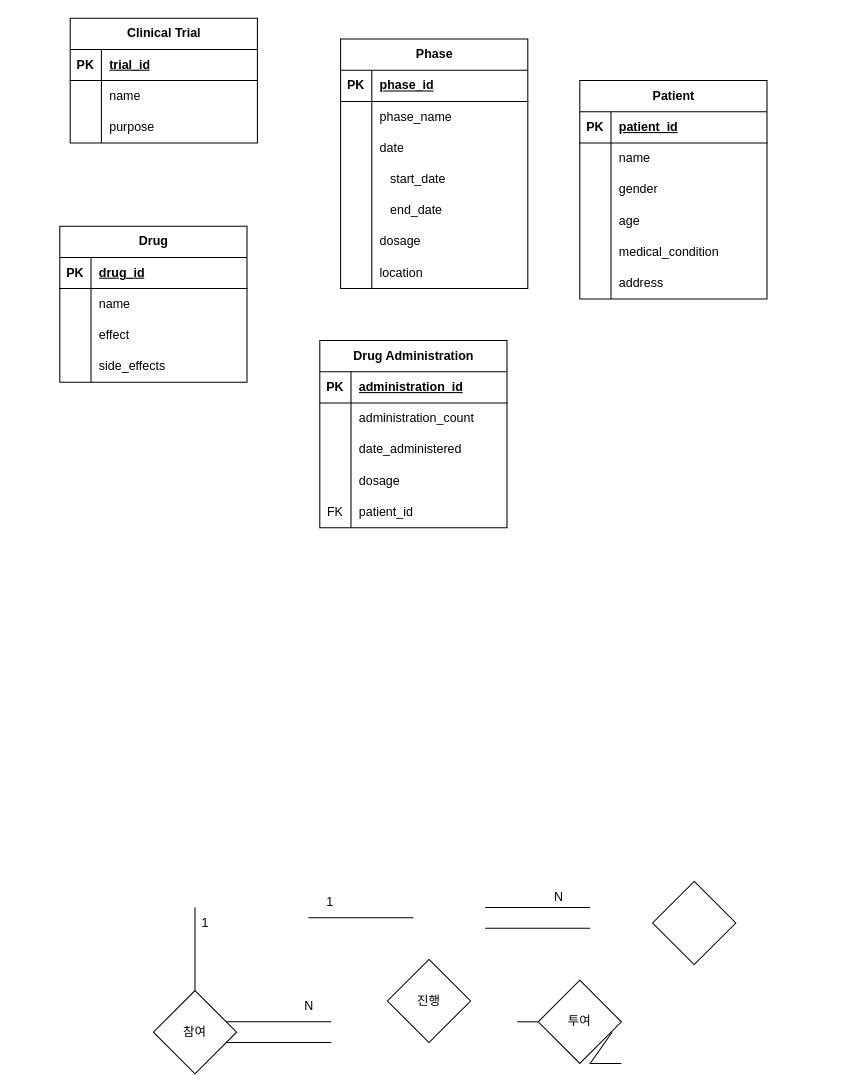
Above: 제목 없는 다이어그램.drawio in Daon312/githubtest (draw.io), before the change. Source tidied: cells renumbered, new cells numbered last; positions are measured from the earlier drawing's top-left corner, leaving out a move shared by most shapes. Both pictures are drawn from the tidied source at 104%, with x=0, y=0 at pixel (59, 18).
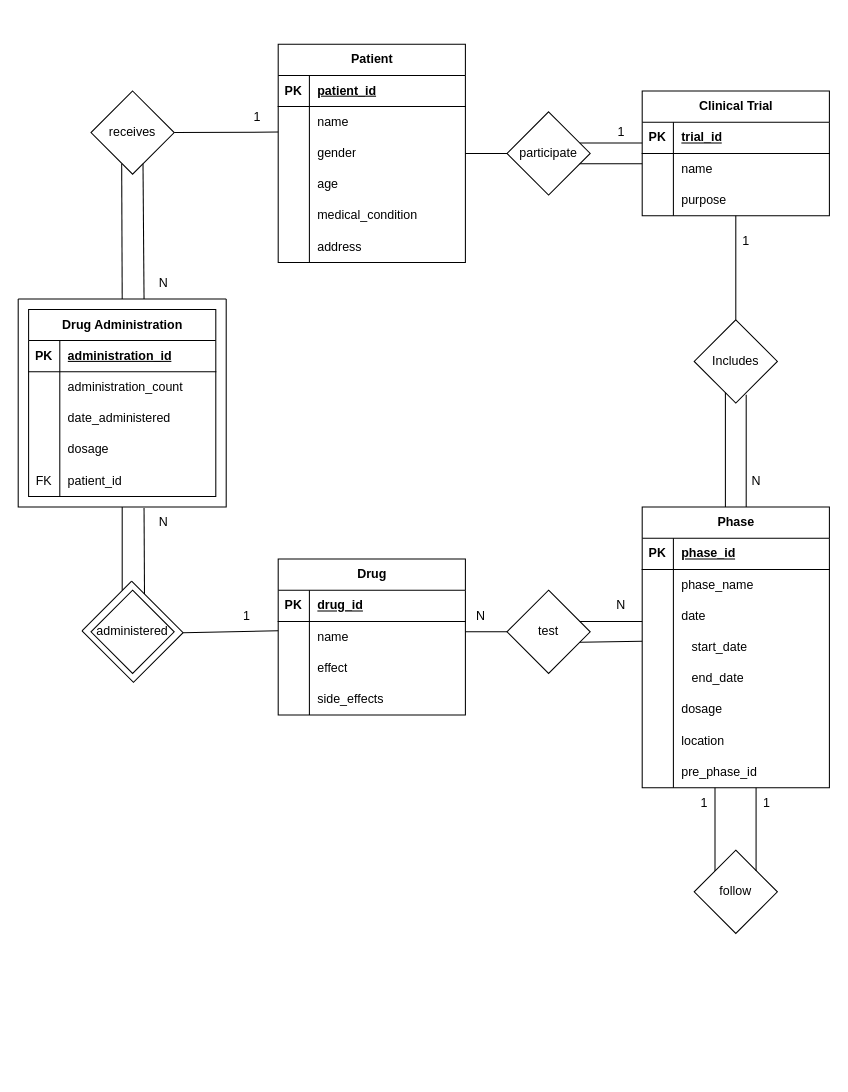
After the change.

Commit message (it also covers changes not shown here):
제목 없는 다이어그램.drawio 업데이트

Unchanged cells that the change refers to:
```xml
<mxCell id="22" style="shape=tableRow;horizontal=0;startSize=0;swimlaneHead=0;swimlaneBody=0;fillColor=none;points=[[0,0.5],[1,0.5]];portConstraint=eastwest;top=0;left=0;right=0;bottom=0;" parent="12" vertex="1">
  <mxGeometry y="120" width="180" height="30" as="geometry" />
</mxCell>
<mxCell id="41" style="shape=tableRow;horizontal=0;startSize=0;swimlaneHead=0;swimlaneBody=0;fillColor=none;points=[[0,0.5],[1,0.5]];portConstraint=eastwest;top=0;left=0;right=0;bottom=0;" parent="34" vertex="1">
  <mxGeometry y="90" width="180" height="30" as="geometry" />
</mxCell>
```

Change to the diagram source:
```diff
@@
     <mxCell id="2" value="Clinical Trial" style="shape=table;startSize=30;childLayout=tableLayout;rowLines=0;fontStyle=1;align=center;html=1;" parent="1" vertex="1">
-      <mxGeometry x="10" width="180" height="120" as="geometry" />
+      <mxGeometry x="560" y="70" width="180" height="120" as="geometry" />
     </mxCell>
@@
     <mxCell id="12" value="Phase" style="shape=table;startSize=30;childLayout=tableLayout;rowLines=0;fontStyle=1;align=center;html=1;" parent="1" vertex="1">
-      <mxGeometry x="270" y="20" width="180" height="240" as="geometry" />
+      <mxGeometry x="560" y="470" width="180" height="270" as="geometry" />
     </mxCell>
@@
+    <mxCell id="98" style="shape=tableRow;horizontal=0;startSize=0;swimlaneHead=0;swimlaneBody=0;fillColor=none;top=0;left=0;right=0;bottom=0;" parent="12" vertex="1">
+      <mxGeometry y="240" width="180" height="30" as="geometry" />
+    </mxCell>
+    <mxCell id="99" style="shape=partialRectangle;fillColor=none;top=0;left=0;bottom=0;right=0;overflow=hidden;whiteSpace=wrap;html=1;" parent="98" vertex="1">
+      <mxGeometry width="30" height="30" as="geometry" />
+    </mxCell>
+    <mxCell id="100" value="pre_phase_id" style="shape=partialRectangle;fillColor=none;top=0;left=0;bottom=0;right=0;align=left;spacingLeft=6;overflow=hidden;whiteSpace=wrap;html=1;" parent="98" vertex="1">
+      <mxGeometry x="30" width="150" height="30" as="geometry" />
+    </mxCell>
     <mxCell id="34" value="Patient" style="shape=table;startSize=30;childLayout=tableLayout;rowLines=0;fontStyle=1;align=center;html=1;" parent="1" vertex="1">
-      <mxGeometry x="500" y="60" width="180" height="210" as="geometry" />
+      <mxGeometry x="210" y="25" width="180" height="210" as="geometry" />
     </mxCell>
@@
     <mxCell id="53" value="Drug" style="shape=table;startSize=30;childLayout=tableLayout;rowLines=0;fontStyle=1;align=center;html=1;" parent="1" vertex="1">
-      <mxGeometry y="200" width="180" height="150" as="geometry" />
+      <mxGeometry x="210" y="520" width="180" height="150" as="geometry" />
     </mxCell>
@@
     <mxCell id="66" value="Drug Administration" style="shape=table;startSize=30;childLayout=tableLayout;rowLines=0;fontStyle=1;align=center;html=1;" parent="1" vertex="1">
-      <mxGeometry x="250" y="310" width="180" height="180" as="geometry" />
+      <mxGeometry x="-30" y="280" width="180" height="180" as="geometry" />
     </mxCell>
@@
-    <mxCell id="82" value="진행" style="rhombus;whiteSpace=wrap;html=1;" parent="1" vertex="1">
-      <mxGeometry x="315" y="905" width="80" height="80" as="geometry" />
-    </mxCell>
-    <mxCell id="83" value="참여" style="rhombus;whiteSpace=wrap;html=1;" parent="1" vertex="1">
-      <mxGeometry x="90" y="935" width="80" height="80" as="geometry" />
-    </mxCell>
-    <mxCell id="84" style="endArrow=none;html=1;rounded=0;entryX=0;entryY=0.5;entryDx=0;entryDy=0;" parent="1" edge="1">
-      <mxGeometry relative="1" as="geometry">
-        <mxPoint x="239" y="865" as="sourcePoint" />
-        <mxPoint x="340" y="865" as="targetPoint" />
-      </mxGeometry>
-    </mxCell>
-    <mxCell id="85" style="endArrow=none;html=1;rounded=0;entryX=0;entryY=0.5;entryDx=0;entryDy=0;" parent="1" edge="1">
-      <mxGeometry relative="1" as="geometry">
-        <mxPoint x="409" y="855" as="sourcePoint" />
-        <mxPoint x="510" y="855" as="targetPoint" />
-      </mxGeometry>
-    </mxCell>
-    <mxCell id="86" style="endArrow=none;html=1;rounded=0;entryX=0;entryY=0.5;entryDx=0;entryDy=0;" parent="1" edge="1">
-      <mxGeometry relative="1" as="geometry">
-        <mxPoint x="409" y="875" as="sourcePoint" />
-        <mxPoint x="510" y="875" as="targetPoint" />
-      </mxGeometry>
-    </mxCell>
-    <mxCell id="87" style="endArrow=none;html=1;rounded=0;entryX=0.5;entryY=0;entryDx=0;entryDy=0;" parent="1" edge="1" target="83">
-      <mxGeometry relative="1" as="geometry">
-        <mxPoint x="130" y="855" as="sourcePoint" />
-      </mxGeometry>
-    </mxCell>
-    <mxCell id="88" style="endArrow=none;html=1;rounded=0;entryX=0;entryY=0.5;entryDx=0;entryDy=0;" parent="1" edge="1">
-      <mxGeometry relative="1" as="geometry">
-        <mxPoint x="160" y="965" as="sourcePoint" />
-        <mxPoint x="261" y="965" as="targetPoint" />
-      </mxGeometry>
-    </mxCell>
-    <mxCell id="89" style="endArrow=none;html=1;rounded=0;entryX=0;entryY=0.5;entryDx=0;entryDy=0;" parent="1" edge="1">
-      <mxGeometry relative="1" as="geometry">
-        <mxPoint x="160" y="985" as="sourcePoint" />
-        <mxPoint x="261" y="985" as="targetPoint" />
-      </mxGeometry>
-    </mxCell>
-    <mxCell id="90" value="1" style="text;html=1;align=center;verticalAlign=middle;whiteSpace=wrap;rounded=0;" parent="1" vertex="1">
-      <mxGeometry x="230" y="835" width="60" height="30" as="geometry" />
-    </mxCell>
-    <mxCell id="91" value="1" style="text;html=1;align=center;verticalAlign=middle;whiteSpace=wrap;rounded=0;" parent="1" vertex="1">
-      <mxGeometry x="110" y="855" width="60" height="30" as="geometry" />
-    </mxCell>
-    <mxCell id="92" value="N" style="text;html=1;align=center;verticalAlign=middle;whiteSpace=wrap;rounded=0;" parent="1" vertex="1">
-      <mxGeometry x="450" y="830" width="60" height="30" as="geometry" />
-    </mxCell>
-    <mxCell id="93" value="N" style="text;html=1;align=center;verticalAlign=middle;whiteSpace=wrap;rounded=0;" parent="1" vertex="1">
-      <mxGeometry x="210" y="935" width="60" height="30" as="geometry" />
-    </mxCell>
-    <mxCell id="94" value="투여" style="rhombus;whiteSpace=wrap;html=1;" parent="1" vertex="1">
-      <mxGeometry x="460" y="925" width="80" height="80" as="geometry" />
-    </mxCell>
-    <mxCell id="95" style="endArrow=none;html=1;rounded=0;entryX=0;entryY=0.5;entryDx=0;entryDy=0;" parent="1" edge="1" target="94">
-      <mxGeometry relative="1" as="geometry">
-        <mxPoint x="440" y="965" as="sourcePoint" />
-      </mxGeometry>
-    </mxCell>
-    <mxCell id="96" style="endArrow=none;html=1;rounded=0;entryX=0.888;entryY=0.625;entryDx=0;entryDy=0;entryPerimeter=0;" parent="1" edge="1" target="94">
-      <mxGeometry relative="1" as="geometry">
-        <mxPoint x="540" y="1005" as="sourcePoint" />
-        <Array as="points">
-          <mxPoint x="510" y="1005" />
-        </Array>
-      </mxGeometry>
-    </mxCell>
-    <mxCell id="97" style="rhombus;whiteSpace=wrap;html=1;" parent="1" vertex="1">
-      <mxGeometry x="570" y="830" width="80" height="80" as="geometry" />
-    </mxCell>
+    <mxCell id="101" value="Includes" style="rhombus;whiteSpace=wrap;html=1;" parent="1" vertex="1">
+      <mxGeometry x="610" y="290" width="80" height="80" as="geometry" />
+    </mxCell>
+    <mxCell id="102" style="endArrow=none;html=1;rounded=0;entryX=0.5;entryY=0;entryDx=0;entryDy=0;" parent="1" edge="1" target="101">
+      <mxGeometry relative="1" as="geometry">
+        <mxPoint x="650" y="190" as="sourcePoint" />
+      </mxGeometry>
+    </mxCell>
+    <mxCell id="103" style="endArrow=none;html=1;rounded=0;entryX=0.5;entryY=0;entryDx=0;entryDy=0;exitX=0.375;exitY=0.875;exitDx=0;exitDy=0;exitPerimeter=0;" parent="1" edge="1" source="101">
+      <mxGeometry relative="1" as="geometry">
+        <mxPoint x="640" y="470" as="targetPoint" />
+      </mxGeometry>
+    </mxCell>
+    <mxCell id="104" style="endArrow=none;html=1;rounded=0;entryX=0.5;entryY=0;entryDx=0;entryDy=0;exitX=0.625;exitY=0.9;exitDx=0;exitDy=0;exitPerimeter=0;" parent="1" edge="1" source="101">
+      <mxGeometry relative="1" as="geometry">
+        <mxPoint x="660" y="470" as="targetPoint" />
+      </mxGeometry>
+    </mxCell>
+    <mxCell id="105" value="1" style="text;html=1;align=center;verticalAlign=middle;whiteSpace=wrap;rounded=0;" parent="1" vertex="1">
+      <mxGeometry x="630" y="200" width="60" height="30" as="geometry" />
+    </mxCell>
+    <mxCell id="106" value="N" style="text;html=1;align=center;verticalAlign=middle;whiteSpace=wrap;rounded=0;" parent="1" vertex="1">
+      <mxGeometry x="640" y="430" width="60" height="30" as="geometry" />
+    </mxCell>
+    <mxCell id="107" value="participate" style="rhombus;whiteSpace=wrap;html=1;" parent="1" vertex="1">
+      <mxGeometry x="430" y="90" width="80" height="80" as="geometry" />
+    </mxCell>
+    <mxCell id="108" value="test" style="rhombus;whiteSpace=wrap;html=1;" parent="1" vertex="1">
+      <mxGeometry x="430" y="550" width="80" height="80" as="geometry" />
+    </mxCell>
+    <mxCell id="109" value="administered" style="rhombus;whiteSpace=wrap;html=1;" parent="1" vertex="1">
+      <mxGeometry x="30" y="550" width="80" height="80" as="geometry" />
+    </mxCell>
+    <mxCell id="110" value="receives" style="rhombus;whiteSpace=wrap;html=1;" parent="1" vertex="1">
+      <mxGeometry x="30" y="70" width="80" height="80" as="geometry" />
+    </mxCell>
+    <mxCell id="111" value="follow" style="rhombus;whiteSpace=wrap;html=1;" parent="1" vertex="1">
+      <mxGeometry x="610" y="800" width="80" height="80" as="geometry" />
+    </mxCell>
+    <mxCell id="112" style="endArrow=none;html=1;rounded=0;" parent="1" edge="1">
+      <mxGeometry relative="1" as="geometry">
+        <mxPoint x="500" y="140" as="sourcePoint" />
+        <mxPoint x="560" y="140" as="targetPoint" />
+      </mxGeometry>
+    </mxCell>
+    <mxCell id="113" style="endArrow=none;html=1;rounded=0;" parent="1" edge="1">
+      <mxGeometry relative="1" as="geometry">
+        <mxPoint x="500" y="120" as="sourcePoint" />
+        <mxPoint x="560" y="120" as="targetPoint" />
+      </mxGeometry>
+    </mxCell>
+    <mxCell id="114" style="endArrow=none;html=1;rounded=0;entryX=0;entryY=0.5;entryDx=0;entryDy=0;exitX=1;exitY=0.5;exitDx=0;exitDy=0;" parent="1" edge="1" source="41" target="107">
+      <mxGeometry relative="1" as="geometry" />
+    </mxCell>
+    <mxCell id="115" style="endArrow=none;html=1;rounded=0;" parent="1" edge="1">
+      <mxGeometry relative="1" as="geometry">
+        <mxPoint x="500" y="580" as="sourcePoint" />
+        <mxPoint x="560" y="580" as="targetPoint" />
+      </mxGeometry>
+    </mxCell>
+    <mxCell id="116" style="endArrow=none;html=1;rounded=0;entryX=0;entryY=0.3;entryDx=0;entryDy=0;entryPerimeter=0;" parent="1" edge="1" target="22">
+      <mxGeometry relative="1" as="geometry">
+        <mxPoint x="500" y="600" as="sourcePoint" />
+      </mxGeometry>
+    </mxCell>
+    <mxCell id="117" style="endArrow=none;html=1;rounded=0;entryX=0;entryY=0.5;entryDx=0;entryDy=0;exitX=1;exitY=0.5;exitDx=0;exitDy=0;" parent="1" edge="1">
+      <mxGeometry relative="1" as="geometry">
+        <mxPoint x="390" y="590" as="sourcePoint" />
+        <mxPoint x="430" y="590" as="targetPoint" />
+      </mxGeometry>
+    </mxCell>
+    <mxCell id="118" style="endArrow=none;html=1;rounded=0;exitX=1;exitY=1;exitDx=0;exitDy=0;" parent="1" edge="1" source="136">
+      <mxGeometry relative="1" as="geometry">
+        <mxPoint x="210" y="589" as="targetPoint" />
+      </mxGeometry>
+    </mxCell>
+    <mxCell id="119" style="endArrow=none;html=1;rounded=0;" parent="1" edge="1">
+      <mxGeometry relative="1" as="geometry">
+        <mxPoint x="110" y="110" as="sourcePoint" />
+        <mxPoint x="210" y="109.5" as="targetPoint" />
+      </mxGeometry>
+    </mxCell>
+    <mxCell id="120" style="endArrow=none;html=1;rounded=0;entryX=0.605;entryY=0;entryDx=0;entryDy=0;entryPerimeter=0;" parent="1" edge="1" target="135">
+      <mxGeometry relative="1" as="geometry">
+        <mxPoint x="80" y="140" as="sourcePoint" />
+      </mxGeometry>
+    </mxCell>
+    <mxCell id="121" style="endArrow=none;html=1;rounded=0;entryX=0.5;entryY=0;entryDx=0;entryDy=0;" parent="1" edge="1" target="135">
+      <mxGeometry relative="1" as="geometry">
+        <mxPoint x="59.5" y="140" as="sourcePoint" />
+      </mxGeometry>
+    </mxCell>
+    <mxCell id="122" style="endArrow=none;html=1;rounded=0;exitX=0.5;exitY=1;exitDx=0;exitDy=0;" parent="1" edge="1" source="135">
+      <mxGeometry relative="1" as="geometry">
+        <mxPoint x="60" y="550" as="targetPoint" />
+      </mxGeometry>
+    </mxCell>
+    <mxCell id="123" style="endArrow=none;html=1;rounded=0;exitX=0.605;exitY=1.005;exitDx=0;exitDy=0;exitPerimeter=0;entryX=1;entryY=0.25;entryDx=0;entryDy=0;" parent="1" edge="1" source="135" target="136">
+      <mxGeometry relative="1" as="geometry" />
+    </mxCell>
+    <mxCell id="124" value="1" style="text;html=1;align=center;verticalAlign=middle;whiteSpace=wrap;rounded=0;" parent="1" vertex="1">
+      <mxGeometry x="510" y="95" width="60" height="30" as="geometry" />
+    </mxCell>
+    <mxCell id="125" value="1" style="text;html=1;align=center;verticalAlign=middle;whiteSpace=wrap;rounded=0;" parent="1" vertex="1">
+      <mxGeometry x="160" y="80" width="60" height="30" as="geometry" />
+    </mxCell>
+    <mxCell id="126" value="1" style="text;html=1;align=center;verticalAlign=middle;whiteSpace=wrap;rounded=0;" parent="1" vertex="1">
+      <mxGeometry x="150" y="560" width="60" height="30" as="geometry" />
+    </mxCell>
+    <mxCell id="127" value="N" style="text;html=1;align=center;verticalAlign=middle;whiteSpace=wrap;rounded=0;" parent="1" vertex="1">
+      <mxGeometry x="510" y="550" width="60" height="30" as="geometry" />
+    </mxCell>
+    <mxCell id="128" value="N" style="text;html=1;align=center;verticalAlign=middle;whiteSpace=wrap;rounded=0;" parent="1" vertex="1">
+      <mxGeometry x="375" y="560" width="60" height="30" as="geometry" />
+    </mxCell>
+    <mxCell id="129" value="N" style="text;html=1;align=center;verticalAlign=middle;whiteSpace=wrap;rounded=0;" parent="1" vertex="1">
+      <mxGeometry x="70" y="470" width="60" height="30" as="geometry" />
+    </mxCell>
+    <mxCell id="130" value="N" style="text;html=1;align=center;verticalAlign=middle;whiteSpace=wrap;rounded=0;" parent="1" vertex="1">
+      <mxGeometry x="70" y="240" width="60" height="30" as="geometry" />
+    </mxCell>
+    <mxCell id="131" style="endArrow=none;html=1;rounded=0;" parent="1" edge="1">
+      <mxGeometry relative="1" as="geometry">
+        <mxPoint x="669.5" y="740" as="sourcePoint" />
+        <mxPoint x="669.5" y="820" as="targetPoint" />
+      </mxGeometry>
+    </mxCell>
+    <mxCell id="132" value="1" style="text;html=1;align=center;verticalAlign=middle;whiteSpace=wrap;rounded=0;" parent="1" vertex="1">
+      <mxGeometry x="650" y="740" width="60" height="30" as="geometry" />
+    </mxCell>
+    <mxCell id="133" style="endArrow=none;html=1;rounded=0;" parent="1" edge="1">
+      <mxGeometry relative="1" as="geometry">
+        <mxPoint x="630" y="740" as="sourcePoint" />
+        <mxPoint x="630" y="820" as="targetPoint" />
+      </mxGeometry>
+    </mxCell>
+    <mxCell id="134" value="1" style="text;html=1;align=center;verticalAlign=middle;whiteSpace=wrap;rounded=0;" parent="1" vertex="1">
+      <mxGeometry x="590" y="740" width="60" height="30" as="geometry" />
+    </mxCell>
+    <mxCell id="135" style="swimlane;startSize=0;" parent="1" vertex="1">
+      <mxGeometry x="-40" y="270" width="200" height="200" as="geometry" />
+    </mxCell>
+    <mxCell id="136" style="swimlane;startSize=0;rotation=-45;" parent="1" vertex="1">
+      <mxGeometry x="36.2" y="555" width="67.5" height="70" as="geometry" />
+    </mxCell>
```
